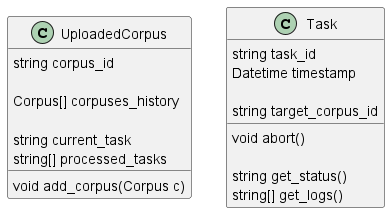
This is docs/design/images/class_backend.png from parkchamchi/GlossySnake, a PlantUML export, as it was before one commit.
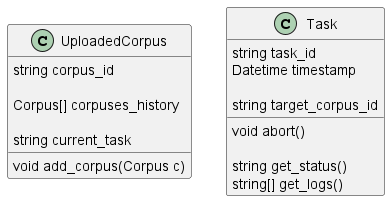
After the commit.

The edit, as a diff of the source:
```diff
@@ -6,7 +6,6 @@
 	Corpus[] corpuses_history
 
 	string current_task
-	string[] processed_tasks
 
 	void add_corpus(Corpus c)
 }
```
